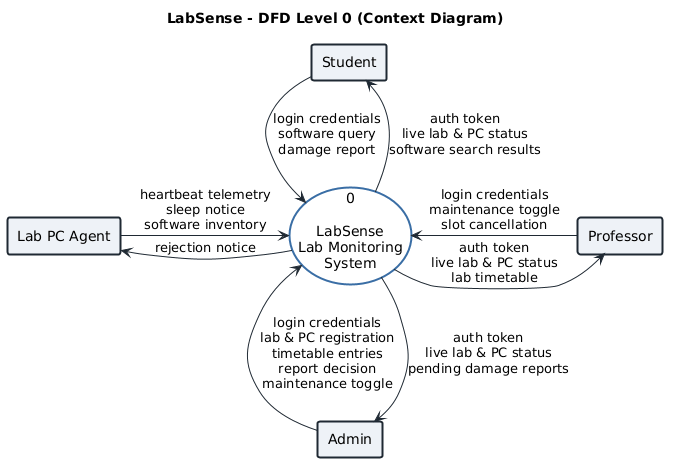
Before: docs/diagrams/rendered/exp6-dfd-level0.png, a diagram exported from PlantUML (smitshah1576/LabSense).
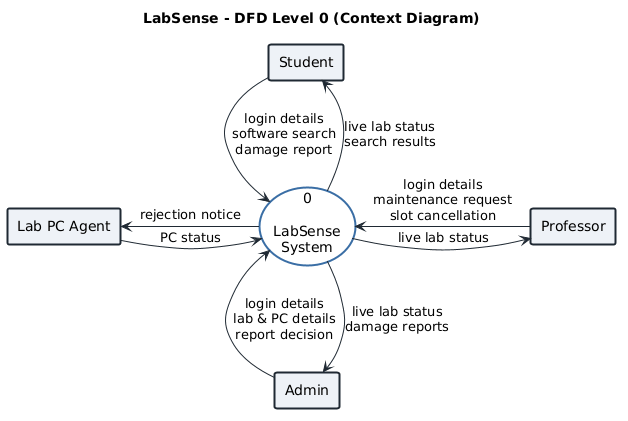
After the commit.

What changed in the source:
```diff
@@ -20,17 +20,17 @@
 rectangle "Professor" as Professor
 rectangle "Admin" as Admin
 
-usecase "0\n\nLabSense\nLab Monitoring\nSystem" as P0
+usecase "0\n\nLabSense\nSystem" as P0
 
-Agent -right-> P0 : heartbeat telemetry\nsleep notice\nsoftware inventory
+Agent -right-> P0 : PC status
 P0 -left-> Agent : rejection notice
 
-Student -down-> P0 : login credentials\nsoftware query\ndamage report
-P0 -up-> Student : auth token\nlive lab & PC status\nsoftware search results
+Student -down-> P0 : login details\nsoftware search\ndamage report
+P0 -up-> Student : live lab status\nsearch results
 
-Professor -left-> P0 : login credentials\nmaintenance toggle\nslot cancellation
-P0 -right-> Professor : auth token\nlive lab & PC status\nlab timetable
+Professor -left-> P0 : login details\nmaintenance request\nslot cancellation
+P0 -right-> Professor : live lab status
 
-Admin -up-> P0 : login credentials\nlab & PC registration\ntimetable entries\nreport decision\nmaintenance toggle
-P0 -down-> Admin : auth token\nlive lab & PC status\npending damage reports
+Admin -up-> P0 : login details\nlab & PC details\nreport decision
+P0 -down-> Admin : live lab status\ndamage reports
 @enduml
```
